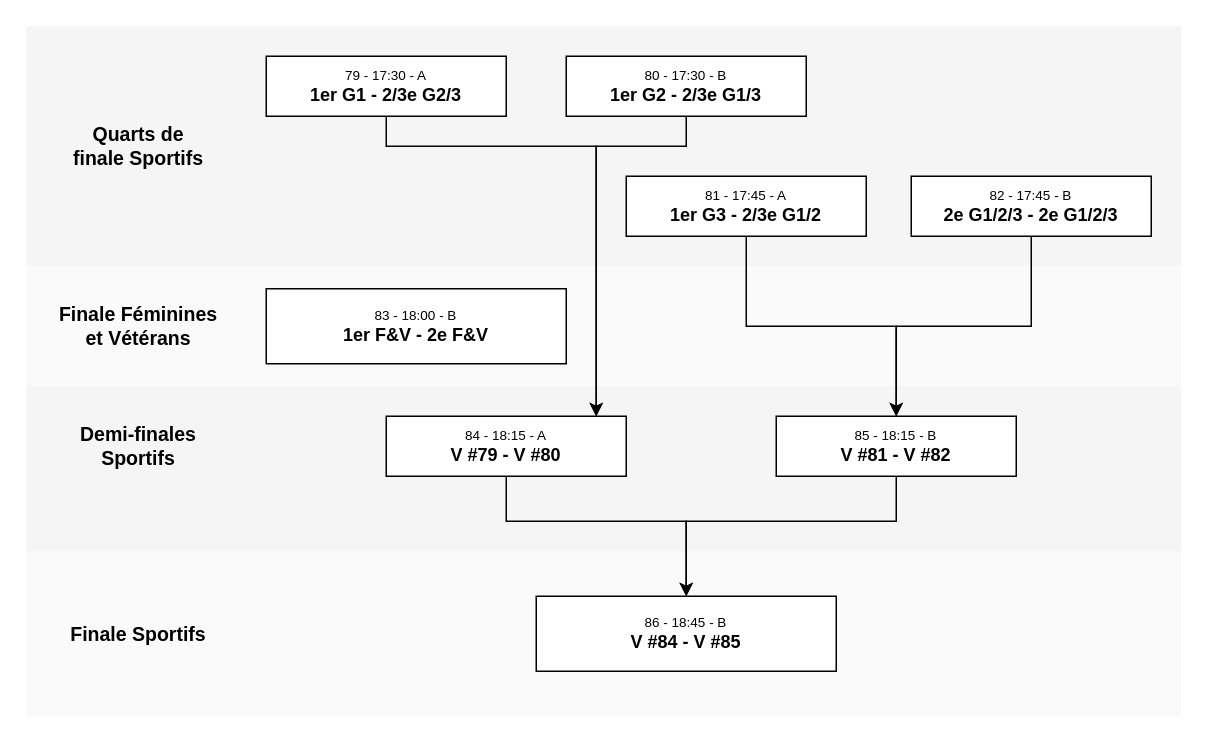
j4kim/FcbTournamentCreator3000 keeps this draw.io diagram as archive/Phase finale - Tournoi des Brenets 2024.drawio. Above is the earlier version. Source tidied: cells renumbered, new cells numbered last; positions are measured from the earlier drawing's top-left corner, leaving out a move shared by most shapes. Both pictures are drawn from the tidied source at 150%, with x=0, y=0 at pixel (26, 26).
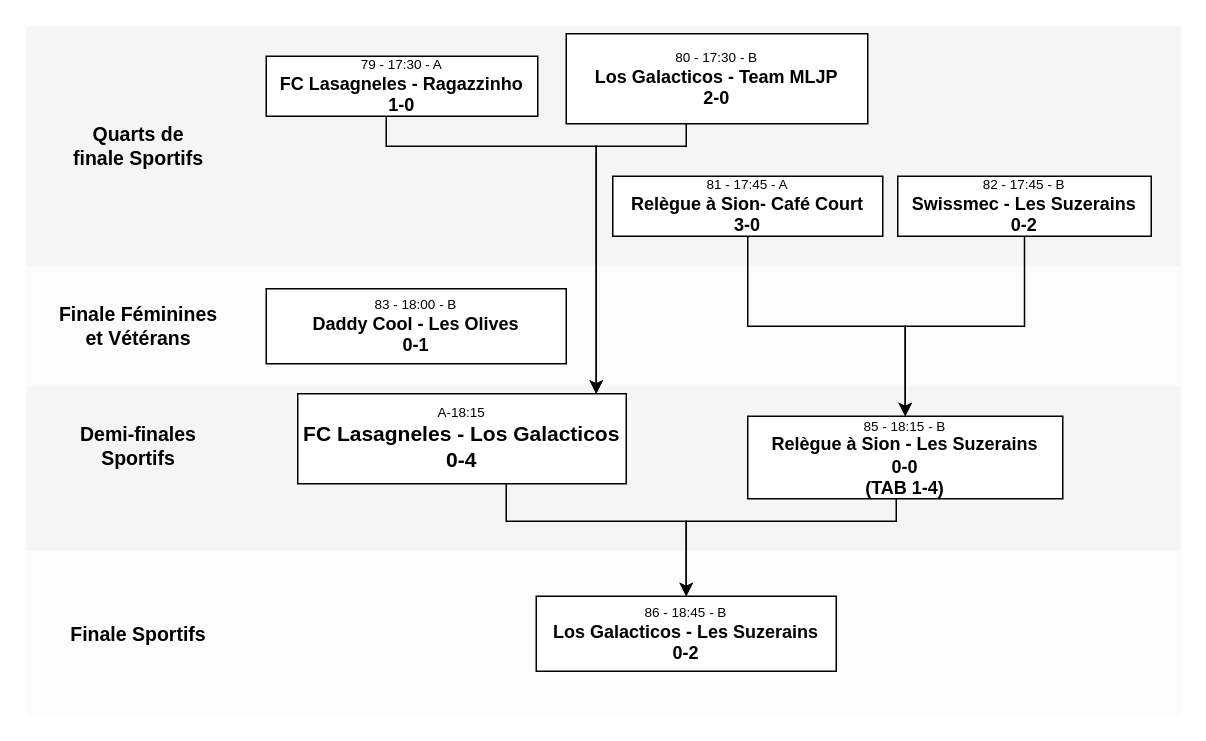
Above is the later version.

The edit, as a diff of the source:
```diff
@@
-    <mxCell id="3" style="rounded=0;whiteSpace=wrap;html=1;fillColor=#FAFAFA;fontColor=#333333;strokeColor=none;" parent="1" vertex="1">
+    <mxCell id="3" style="rounded=0;whiteSpace=wrap;html=1;fillColor=#FCFCFC;fontColor=#333333;strokeColor=none;" parent="1" vertex="1">
       <mxGeometry y="160" width="770" height="80" as="geometry" />
     </mxCell>
@@
-    <mxCell id="5" style="rounded=0;whiteSpace=wrap;html=1;fillColor=#FAFAFA;fontColor=#333333;strokeColor=none;" parent="1" vertex="1">
+    <mxCell id="5" style="rounded=0;whiteSpace=wrap;html=1;fillColor=#FCFCFC;fontColor=#333333;strokeColor=none;" parent="1" vertex="1">
       <mxGeometry y="350" width="770" height="110" as="geometry" />
     </mxCell>
@@
-    <mxCell id="12" value="79 - 17:30 - A&lt;br&gt;&lt;font&gt;&lt;span style=&quot;font-size: 12px&quot;&gt;&lt;b&gt;&lt;span&gt;1er G1&lt;/span&gt;&amp;nbsp;- 2/3e G2/3&lt;/b&gt;&lt;/span&gt;&lt;/font&gt;" style="rounded=0;whiteSpace=wrap;html=1;fontSize=9;" parent="10" vertex="1">
-      <mxGeometry x="160" y="20" width="160" height="40" as="geometry" />
+    <mxCell id="12" value="79 - 17:30 - A&lt;br&gt;&lt;font&gt;&lt;span style=&quot;font-size: 12px&quot;&gt;&lt;b&gt;&lt;span&gt;FC Lasagneles&lt;/span&gt;&amp;nbsp;- Ragazzinho&lt;/b&gt;&lt;/span&gt;&lt;/font&gt;&lt;div&gt;&lt;font&gt;&lt;span style=&quot;font-size: 12px&quot;&gt;&lt;b&gt;1-0&lt;/b&gt;&lt;/span&gt;&lt;/font&gt;&lt;/div&gt;" style="rounded=0;whiteSpace=wrap;html=1;fontSize=9;" parent="10" vertex="1">
+      <mxGeometry x="160" y="20" width="181" height="40" as="geometry" />
     </mxCell>
@@
-    <mxCell id="14" value="82 - 17:45 - B&lt;br&gt;&lt;b&gt;&lt;font style=&quot;font-size: 12px&quot;&gt;2e G1/2/3 - 2e G1/2/3&lt;/font&gt;&lt;/b&gt;" style="rounded=0;whiteSpace=wrap;html=1;fontSize=9;" parent="10" vertex="1">
-      <mxGeometry x="590" y="100" width="160" height="40" as="geometry" />
+    <mxCell id="14" value="82 - 17:45 - B&lt;br&gt;&lt;b&gt;&lt;font style=&quot;font-size: 12px&quot;&gt;Swissmec - Les Suzerains&lt;/font&gt;&lt;/b&gt;&lt;div&gt;&lt;b&gt;&lt;font style=&quot;font-size: 12px&quot;&gt;0-2&lt;/font&gt;&lt;/b&gt;&lt;/div&gt;" style="rounded=0;whiteSpace=wrap;html=1;fontSize=9;" parent="10" vertex="1">
+      <mxGeometry x="581" y="100" width="169" height="40" as="geometry" />
     </mxCell>
@@
-    <mxCell id="16" value="84 - 18:15 - A&lt;br&gt;&lt;font style=&quot;font-size: 12px&quot;&gt;&lt;b&gt;V #79 - V #80&lt;/b&gt;&lt;/font&gt;" style="rounded=0;whiteSpace=wrap;html=1;fontSize=9;" parent="10" vertex="1">
-      <mxGeometry x="240" y="260" width="160" height="40" as="geometry" />
+    <mxCell id="16" value="&lt;div&gt;&lt;font style=&quot;font-size: 9px;&quot;&gt;A-18:15&lt;/font&gt;&lt;/div&gt;&lt;b&gt;&lt;font style=&quot;font-size: 14px;&quot;&gt;FC Lasagneles - Los Galacticos&lt;/font&gt;&lt;/b&gt;&lt;div&gt;&lt;b&gt;&lt;font style=&quot;font-size: 14px;&quot;&gt;0-4&lt;/font&gt;&lt;/b&gt;&lt;/div&gt;" style="rounded=0;whiteSpace=wrap;html=1;fontSize=9;" parent="10" vertex="1">
+      <mxGeometry x="181" y="245" width="219" height="60" as="geometry" />
     </mxCell>
@@
-    <mxCell id="18" value="80 - 17:30 - B&lt;br style=&quot;font-size: 9px&quot;&gt;&lt;b style=&quot;font-size: 12px;&quot;&gt;1er G2 -&amp;nbsp;&lt;/b&gt;&lt;span style=&quot;font-size: 12px;&quot;&gt;&lt;b&gt;2/3e G1/3&lt;/b&gt;&lt;/span&gt;" style="rounded=0;whiteSpace=wrap;html=1;fontSize=9;" parent="10" vertex="1">
-      <mxGeometry x="360" y="20" width="160" height="40" as="geometry" />
+    <mxCell id="18" value="80 - 17:30 - B&lt;br style=&quot;font-size: 9px&quot;&gt;&lt;b style=&quot;font-size: 12px;&quot;&gt;Los Galacticos -&amp;nbsp;&lt;/b&gt;&lt;span style=&quot;font-size: 12px;&quot;&gt;&lt;b&gt;Team MLJP&lt;/b&gt;&lt;/span&gt;&lt;div&gt;&lt;span style=&quot;font-size: 12px;&quot;&gt;&lt;b&gt;2-0&lt;/b&gt;&lt;/span&gt;&lt;/div&gt;" style="rounded=0;whiteSpace=wrap;html=1;fontSize=9;fillColor=#FFFFFF;" parent="10" vertex="1">
+      <mxGeometry x="360" y="5" width="201" height="60" as="geometry" />
     </mxCell>
@@
-    <mxCell id="20" value="81 - 17:45 - A&lt;br&gt;&lt;span style=&quot;font-size: 12px;&quot;&gt;&lt;b&gt;1er G3 - 2/3e G1/2&lt;/b&gt;&lt;/span&gt;" style="rounded=0;whiteSpace=wrap;html=1;fontSize=9;" parent="10" vertex="1">
-      <mxGeometry x="400" y="100" width="160" height="40" as="geometry" />
+    <mxCell id="20" value="81 - 17:45 - A&lt;br&gt;&lt;span style=&quot;font-size: 12px;&quot;&gt;&lt;b&gt;Relègue à Sion- Café Court&lt;/b&gt;&lt;/span&gt;&lt;div&gt;&lt;span style=&quot;font-size: 12px;&quot;&gt;&lt;b&gt;3-0&lt;/b&gt;&lt;/span&gt;&lt;/div&gt;" style="rounded=0;whiteSpace=wrap;html=1;fontSize=9;" parent="10" vertex="1">
+      <mxGeometry x="391" y="100" width="180" height="40" as="geometry" />
     </mxCell>
@@
-    <mxCell id="22" value="85 - 18:15 - B&lt;div&gt;&lt;font style=&quot;font-size: 12px;&quot;&gt;&lt;b&gt;V #81 - V #82&lt;/b&gt;&lt;/font&gt;&lt;/div&gt;" style="rounded=0;whiteSpace=wrap;html=1;fontSize=9;" parent="10" vertex="1">
-      <mxGeometry x="500" y="260" width="160" height="40" as="geometry" />
+    <mxCell id="22" value="85 - 18:15 - B&lt;div&gt;&lt;font style=&quot;font-size: 12px;&quot;&gt;&lt;b&gt;Relègue à Sion - Les Suzerains&lt;/b&gt;&lt;/font&gt;&lt;/div&gt;&lt;div&gt;&lt;font style=&quot;font-size: 12px;&quot;&gt;&lt;b&gt;0-0&lt;/b&gt;&lt;/font&gt;&lt;/div&gt;&lt;div&gt;&lt;font style=&quot;font-size: 12px;&quot;&gt;&lt;b&gt;(TAB 1-4)&lt;/b&gt;&lt;/font&gt;&lt;/div&gt;" style="rounded=0;whiteSpace=wrap;html=1;fontSize=9;" parent="10" vertex="1">
+      <mxGeometry x="481" y="260" width="210" height="55" as="geometry" />
     </mxCell>
-    <mxCell id="23" value="86 - 18:45 - B&lt;br&gt;&lt;b style=&quot;font-size: 12px;&quot;&gt;V #84 - V #85&lt;/b&gt;" style="rounded=0;whiteSpace=wrap;html=1;fontSize=9;horizontal=1;strokeWidth=1;" parent="10" vertex="1">
+    <mxCell id="23" value="86 - 18:45 - B&lt;br&gt;&lt;b style=&quot;font-size: 12px;&quot;&gt;Los Galacticos - Les Suzerains&lt;/b&gt;&lt;div&gt;&lt;b style=&quot;font-size: 12px;&quot;&gt;0-2&lt;/b&gt;&lt;/div&gt;" style="rounded=0;whiteSpace=wrap;html=1;fontSize=9;horizontal=1;strokeWidth=1;" parent="10" vertex="1">
       <mxGeometry x="340" y="380" width="200" height="50" as="geometry" />
     </mxCell>
-    <mxCell id="24" value="83 - 18:00 - B&lt;br&gt;&lt;span style=&quot;font-size: 12px;&quot;&gt;&lt;b&gt;1er F&amp;amp;V - 2e F&amp;amp;V&lt;/b&gt;&lt;/span&gt;" style="rounded=0;whiteSpace=wrap;html=1;fontSize=9;" parent="10" vertex="1">
+    <mxCell id="24" value="83 - 18:00 - B&lt;br&gt;&lt;span style=&quot;font-size: 12px;&quot;&gt;&lt;b&gt;Daddy Cool - Les Olives&lt;/b&gt;&lt;/span&gt;&lt;div&gt;&lt;span style=&quot;font-size: 12px;&quot;&gt;&lt;b&gt;0-1&lt;/b&gt;&lt;/span&gt;&lt;/div&gt;" style="rounded=0;whiteSpace=wrap;html=1;fontSize=9;" parent="10" vertex="1">
       <mxGeometry x="160" y="175" width="200" height="50" as="geometry" />
     </mxCell>
```
